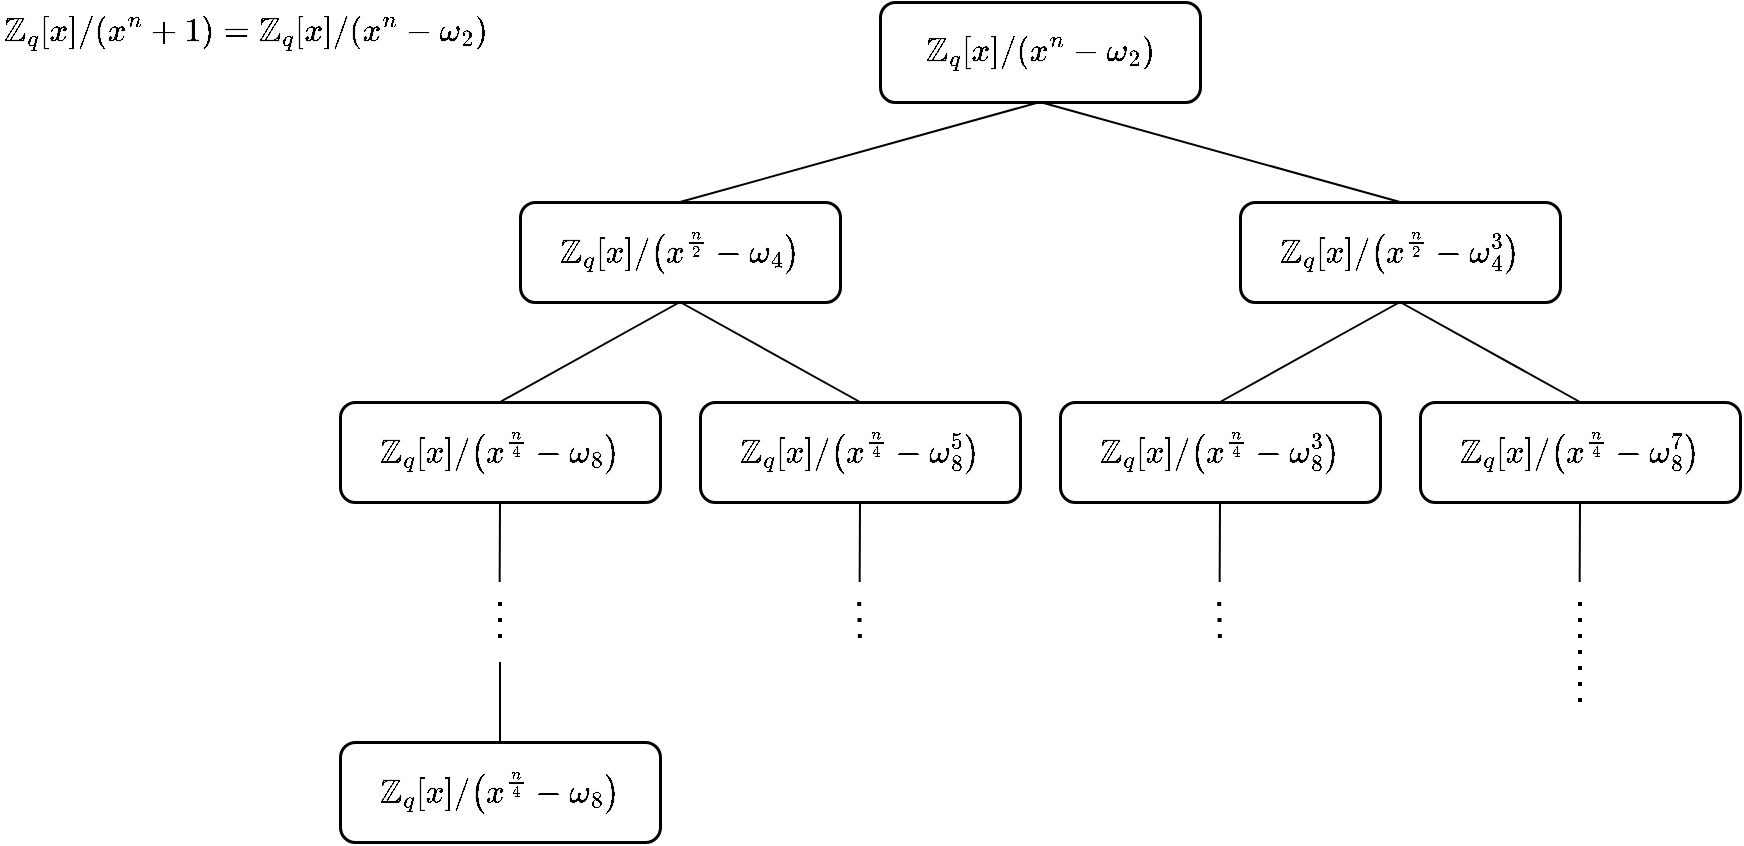
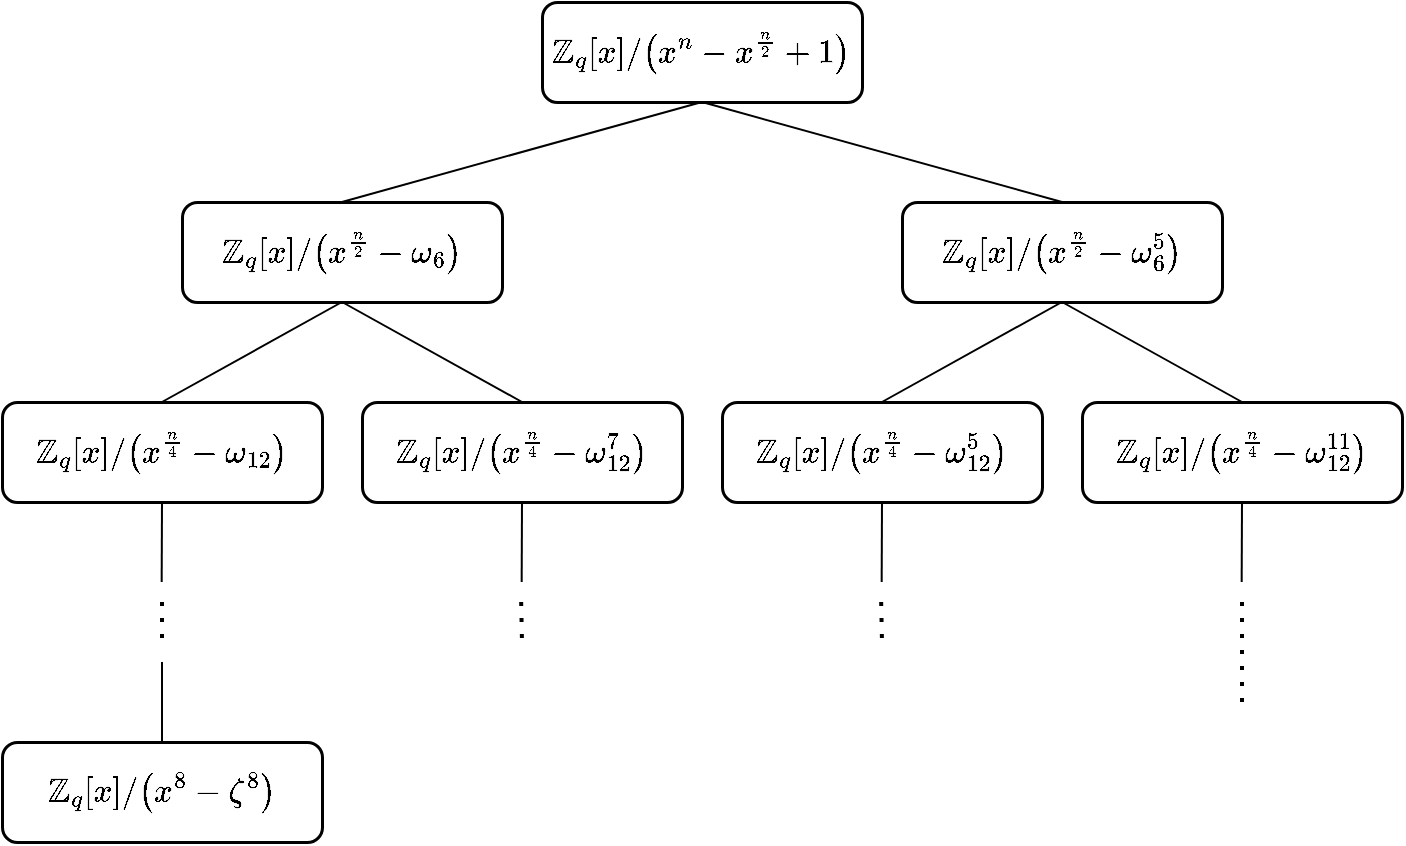
<mxfile host="app.diagrams.net">
  <diagram name="第 1 页" id="r_cadCLkMDmKBiWyYnG-">
-     <mxGraphModel dx="1267" dy="820" grid="1" gridSize="10" guides="1" tooltips="1" connect="1" arrows="1" fold="1" page="1" pageScale="1" pageWidth="1600" pageHeight="900" math="1" shadow="0">
+     <mxGraphModel dx="1095" dy="708" grid="1" gridSize="10" guides="1" tooltips="1" connect="1" arrows="1" fold="1" page="1" pageScale="1" pageWidth="1600" pageHeight="900" math="1" shadow="0">
      <root>
        <mxCell id="0" />
        <mxCell id="1" parent="0" />
-         <mxCell id="RMBLcs9uN_SKzhUv9nPz-1" edge="1" parent="1" source="RMBLcs9uN_SKzhUv9nPz-3" style="rounded=0;orthogonalLoop=1;jettySize=auto;html=1;exitX=0.5;exitY=1;exitDx=0;exitDy=0;entryX=0.5;entryY=0;entryDx=0;entryDy=0;endArrow=none;endFill=0;fontSize=14;" target="RMBLcs9uN_SKzhUv9nPz-9">
+         <mxCell id="RMBLcs9uN_SKzhUv9nPz-4" edge="1" parent="1" style="rounded=0;orthogonalLoop=1;jettySize=auto;html=1;exitX=0.5;exitY=1;exitDx=0;exitDy=0;entryX=0.5;entryY=0;entryDx=0;entryDy=0;endArrow=none;endFill=0;" target="RMBLcs9uN_SKzhUv9nPz-11">
          <mxGeometry relative="1" as="geometry">
-             <mxPoint x="1070" y="160" as="targetPoint" />
+             <mxPoint x="620" y="190" as="sourcePoint" />
          </mxGeometry>
        </mxCell>
-         <mxCell id="RMBLcs9uN_SKzhUv9nPz-2" edge="1" parent="1" source="RMBLcs9uN_SKzhUv9nPz-3" style="rounded=0;orthogonalLoop=1;jettySize=auto;html=1;exitX=0.5;exitY=1;exitDx=0;exitDy=0;endArrow=none;endFill=0;entryX=0.5;entryY=0;entryDx=0;entryDy=0;fontSize=14;" target="RMBLcs9uN_SKzhUv9nPz-6">
+         <mxCell id="RMBLcs9uN_SKzhUv9nPz-5" edge="1" parent="1" style="edgeStyle=none;shape=connector;rounded=0;orthogonalLoop=1;jettySize=auto;html=1;exitX=0.5;exitY=1;exitDx=0;exitDy=0;entryX=0.5;entryY=0;entryDx=0;entryDy=0;strokeColor=default;align=center;verticalAlign=middle;fontFamily=Helvetica;fontSize=11;fontColor=default;labelBackgroundColor=default;endArrow=none;endFill=0;" target="RMBLcs9uN_SKzhUv9nPz-13">
          <mxGeometry relative="1" as="geometry">
-             <mxPoint x="600" y="160" as="targetPoint" />
+             <mxPoint x="620" y="190" as="sourcePoint" />
          </mxGeometry>
        </mxCell>
-         <mxCell id="RMBLcs9uN_SKzhUv9nPz-3" parent="1" style="rounded=1;whiteSpace=wrap;html=1;strokeWidth=1.5;fontSize=14;" value="`\mathbb{Z}_{q} [x] \/ (x^n - \omega _{2})`" vertex="1">
-           <mxGeometry height="50" width="160" x="720" y="40" as="geometry" />
+         <mxCell id="RMBLcs9uN_SKzhUv9nPz-7" edge="1" parent="1" style="edgeStyle=none;shape=connector;rounded=0;orthogonalLoop=1;jettySize=auto;html=1;exitX=0.5;exitY=1;exitDx=0;exitDy=0;entryX=0.5;entryY=0;entryDx=0;entryDy=0;strokeColor=default;align=center;verticalAlign=middle;fontFamily=Helvetica;fontSize=11;fontColor=default;labelBackgroundColor=default;endArrow=none;endFill=0;" target="RMBLcs9uN_SKzhUv9nPz-15">
+           <mxGeometry relative="1" as="geometry">
+             <mxPoint x="980" y="190" as="sourcePoint" />
+           </mxGeometry>
        </mxCell>
-         <mxCell id="RMBLcs9uN_SKzhUv9nPz-4" edge="1" parent="1" source="RMBLcs9uN_SKzhUv9nPz-6" style="rounded=0;orthogonalLoop=1;jettySize=auto;html=1;exitX=0.5;exitY=1;exitDx=0;exitDy=0;entryX=0.5;entryY=0;entryDx=0;entryDy=0;endArrow=none;endFill=0;" target="RMBLcs9uN_SKzhUv9nPz-11">
-           <mxGeometry relative="1" as="geometry" />
-         </mxCell>
-         <mxCell id="RMBLcs9uN_SKzhUv9nPz-5" edge="1" parent="1" source="RMBLcs9uN_SKzhUv9nPz-6" style="edgeStyle=none;shape=connector;rounded=0;orthogonalLoop=1;jettySize=auto;html=1;exitX=0.5;exitY=1;exitDx=0;exitDy=0;entryX=0.5;entryY=0;entryDx=0;entryDy=0;strokeColor=default;align=center;verticalAlign=middle;fontFamily=Helvetica;fontSize=11;fontColor=default;labelBackgroundColor=default;endArrow=none;endFill=0;" target="RMBLcs9uN_SKzhUv9nPz-13">
-           <mxGeometry relative="1" as="geometry" />
-         </mxCell>
-         <mxCell id="RMBLcs9uN_SKzhUv9nPz-6" parent="1" style="rounded=1;whiteSpace=wrap;html=1;strokeWidth=1.5;fontSize=14;" value="`\mathbb{Z}_{q} [x] \/ (x^{n/2} - \omega_4)`" vertex="1">
-           <mxGeometry height="50" width="160" x="540" y="140" as="geometry" />
-         </mxCell>
-         <mxCell id="RMBLcs9uN_SKzhUv9nPz-7" edge="1" parent="1" source="RMBLcs9uN_SKzhUv9nPz-9" style="edgeStyle=none;shape=connector;rounded=0;orthogonalLoop=1;jettySize=auto;html=1;exitX=0.5;exitY=1;exitDx=0;exitDy=0;entryX=0.5;entryY=0;entryDx=0;entryDy=0;strokeColor=default;align=center;verticalAlign=middle;fontFamily=Helvetica;fontSize=11;fontColor=default;labelBackgroundColor=default;endArrow=none;endFill=0;" target="RMBLcs9uN_SKzhUv9nPz-15">
-           <mxGeometry relative="1" as="geometry" />
-         </mxCell>
-         <mxCell id="RMBLcs9uN_SKzhUv9nPz-8" edge="1" parent="1" source="RMBLcs9uN_SKzhUv9nPz-9" style="edgeStyle=none;shape=connector;rounded=0;orthogonalLoop=1;jettySize=auto;html=1;exitX=0.5;exitY=1;exitDx=0;exitDy=0;entryX=0.5;entryY=0;entryDx=0;entryDy=0;strokeColor=default;align=center;verticalAlign=middle;fontFamily=Helvetica;fontSize=11;fontColor=default;labelBackgroundColor=default;endArrow=none;endFill=0;" target="RMBLcs9uN_SKzhUv9nPz-17">
-           <mxGeometry relative="1" as="geometry" />
-         </mxCell>
-         <mxCell id="RMBLcs9uN_SKzhUv9nPz-9" parent="1" style="rounded=1;whiteSpace=wrap;html=1;strokeWidth=1.5;fontSize=14;" value="`\mathbb{Z}_{q} [x] \/ (x^{n/2} - \omega_{4}^3)`" vertex="1">
-           <mxGeometry height="50" width="160" x="900" y="140" as="geometry" />
+         <mxCell id="RMBLcs9uN_SKzhUv9nPz-8" edge="1" parent="1" style="edgeStyle=none;shape=connector;rounded=0;orthogonalLoop=1;jettySize=auto;html=1;exitX=0.5;exitY=1;exitDx=0;exitDy=0;entryX=0.5;entryY=0;entryDx=0;entryDy=0;strokeColor=default;align=center;verticalAlign=middle;fontFamily=Helvetica;fontSize=11;fontColor=default;labelBackgroundColor=default;endArrow=none;endFill=0;" target="RMBLcs9uN_SKzhUv9nPz-17">
+           <mxGeometry relative="1" as="geometry">
+             <mxPoint x="980" y="190" as="sourcePoint" />
+           </mxGeometry>
        </mxCell>
        <mxCell id="RMBLcs9uN_SKzhUv9nPz-10" edge="1" parent="1" source="RMBLcs9uN_SKzhUv9nPz-11" style="edgeStyle=none;shape=connector;rounded=0;orthogonalLoop=1;jettySize=auto;html=1;exitX=0.5;exitY=1;exitDx=0;exitDy=0;strokeColor=default;align=center;verticalAlign=middle;fontFamily=Helvetica;fontSize=11;fontColor=default;labelBackgroundColor=default;endArrow=none;endFill=0;">
          <mxGeometry relative="1" as="geometry">
            <mxPoint x="529.8333333333335" y="330" as="targetPoint" />
          </mxGeometry>
        </mxCell>
-         <mxCell id="RMBLcs9uN_SKzhUv9nPz-11" parent="1" style="rounded=1;whiteSpace=wrap;html=1;strokeWidth=1.5;fontSize=14;" value="`\mathbb{Z}_{q} [x] \/ (x^{n/4} - \omega_8)`" vertex="1">
+         <mxCell id="RMBLcs9uN_SKzhUv9nPz-11" parent="1" style="rounded=1;whiteSpace=wrap;html=1;strokeWidth=1.5;fontSize=14;" value="`\mathbb{Z}_{q} [x] \/ (x^{n/4} - \omega_12)`" vertex="1">
          <mxGeometry height="50" width="160" x="450" y="240" as="geometry" />
        </mxCell>
        <mxCell id="RMBLcs9uN_SKzhUv9nPz-12" edge="1" parent="1" source="RMBLcs9uN_SKzhUv9nPz-13" style="edgeStyle=none;shape=connector;rounded=0;orthogonalLoop=1;jettySize=auto;html=1;exitX=0.5;exitY=1;exitDx=0;exitDy=0;strokeColor=default;align=center;verticalAlign=middle;fontFamily=Helvetica;fontSize=11;fontColor=default;labelBackgroundColor=default;endArrow=none;endFill=0;">
          <mxGeometry relative="1" as="geometry">
            <mxPoint x="709.8333333333335" y="330" as="targetPoint" />
          </mxGeometry>
        </mxCell>
-         <mxCell id="RMBLcs9uN_SKzhUv9nPz-13" parent="1" style="rounded=1;whiteSpace=wrap;html=1;strokeWidth=1.5;fontSize=14;" value="`\mathbb{Z}_{q} [x] \/ (x^{n/4} - \omega_{8}^{5})`" vertex="1">
+         <mxCell id="RMBLcs9uN_SKzhUv9nPz-13" parent="1" style="rounded=1;whiteSpace=wrap;html=1;strokeWidth=1.5;fontSize=14;" value="`\mathbb{Z}_{q} [x] \/ (x^{n/4} - \omega_{12}^{7})`" vertex="1">
          <mxGeometry height="50" width="160" x="630" y="240" as="geometry" />
        </mxCell>
        <mxCell id="RMBLcs9uN_SKzhUv9nPz-14" edge="1" parent="1" source="RMBLcs9uN_SKzhUv9nPz-15" style="edgeStyle=none;shape=connector;rounded=0;orthogonalLoop=1;jettySize=auto;html=1;exitX=0.5;exitY=1;exitDx=0;exitDy=0;strokeColor=default;align=center;verticalAlign=middle;fontFamily=Helvetica;fontSize=11;fontColor=default;labelBackgroundColor=default;endArrow=none;endFill=0;">
          <mxGeometry relative="1" as="geometry">
            <mxPoint x="889.8333333333335" y="330" as="targetPoint" />
          </mxGeometry>
        </mxCell>
-         <mxCell id="RMBLcs9uN_SKzhUv9nPz-15" parent="1" style="rounded=1;whiteSpace=wrap;html=1;strokeWidth=1.5;fontSize=14;" value="`\mathbb{Z}_{q} [x] \/ (x^{n/4} - \omega_{8}^{3})`" vertex="1">
+         <mxCell id="RMBLcs9uN_SKzhUv9nPz-15" parent="1" style="rounded=1;whiteSpace=wrap;html=1;strokeWidth=1.5;fontSize=14;" value="`\mathbb{Z}_{q} [x] \/ (x^{n/4} - \omega_{12}^{5})`" vertex="1">
          <mxGeometry height="50" width="160" x="810" y="240" as="geometry" />
        </mxCell>
        <mxCell id="RMBLcs9uN_SKzhUv9nPz-16" edge="1" parent="1" source="RMBLcs9uN_SKzhUv9nPz-17" style="edgeStyle=none;shape=connector;rounded=0;orthogonalLoop=1;jettySize=auto;html=1;exitX=0.5;exitY=1;exitDx=0;exitDy=0;strokeColor=default;align=center;verticalAlign=middle;fontFamily=Helvetica;fontSize=11;fontColor=default;labelBackgroundColor=default;endArrow=none;endFill=0;">
          <mxGeometry relative="1" as="geometry">
            <mxPoint x="1069.8333333333335" y="330" as="targetPoint" />
          </mxGeometry>
        </mxCell>
-         <mxCell id="RMBLcs9uN_SKzhUv9nPz-17" parent="1" style="rounded=1;whiteSpace=wrap;html=1;strokeWidth=1.5;fontSize=14;" value="`\mathbb{Z}_{q} [x] \/ (x^{n/4} - \omega_{8}^{7})`" vertex="1">
+         <mxCell id="RMBLcs9uN_SKzhUv9nPz-17" parent="1" style="rounded=1;whiteSpace=wrap;html=1;strokeWidth=1.5;fontSize=14;" value="`\mathbb{Z}_{q} [x] \/ (x^{n/4} - \omega_{12}^{11})`" vertex="1">
          <mxGeometry height="50" width="160" x="990" y="240" as="geometry" />
        </mxCell>
        <mxCell id="RMBLcs9uN_SKzhUv9nPz-18" edge="1" parent="1" style="endArrow=none;dashed=1;html=1;dashPattern=1 3;strokeWidth=2;rounded=0;strokeColor=default;align=center;verticalAlign=middle;fontFamily=Helvetica;fontSize=11;fontColor=default;labelBackgroundColor=default;" value="">
          <mxGeometry height="50" relative="1" width="50" as="geometry">
            <mxPoint x="530" y="340" as="sourcePoint" />
            <mxPoint x="530" y="360" as="targetPoint" />
          </mxGeometry>
        </mxCell>
        <mxCell id="RMBLcs9uN_SKzhUv9nPz-19" edge="1" parent="1" style="endArrow=none;dashed=1;html=1;dashPattern=1 3;strokeWidth=2;rounded=0;strokeColor=default;align=center;verticalAlign=middle;fontFamily=Helvetica;fontSize=11;fontColor=default;labelBackgroundColor=default;" value="">
          <mxGeometry height="50" relative="1" width="50" as="geometry">
            <mxPoint x="709.5799999999999" y="340" as="sourcePoint" />
            <mxPoint x="710" y="360" as="targetPoint" />
          </mxGeometry>
        </mxCell>
        <mxCell id="RMBLcs9uN_SKzhUv9nPz-20" edge="1" parent="1" style="endArrow=none;dashed=1;html=1;dashPattern=1 3;strokeWidth=2;rounded=0;strokeColor=default;align=center;verticalAlign=middle;fontFamily=Helvetica;fontSize=11;fontColor=default;labelBackgroundColor=default;" value="">
          <mxGeometry height="50" relative="1" width="50" as="geometry">
            <mxPoint x="889.5799999999999" y="340" as="sourcePoint" />
            <mxPoint x="890" y="360" as="targetPoint" />
          </mxGeometry>
        </mxCell>
        <mxCell id="RMBLcs9uN_SKzhUv9nPz-21" edge="1" parent="1" style="endArrow=none;dashed=1;html=1;dashPattern=1 3;strokeWidth=2;rounded=0;strokeColor=default;align=center;verticalAlign=middle;fontFamily=Helvetica;fontSize=11;fontColor=default;labelBackgroundColor=default;" value="">
          <mxGeometry height="50" relative="1" width="50" as="geometry">
            <mxPoint x="1070" y="340" as="sourcePoint" />
            <mxPoint x="1070" y="390" as="targetPoint" />
          </mxGeometry>
        </mxCell>
-         <mxCell id="RMBLcs9uN_SKzhUv9nPz-23" parent="1" style="text;whiteSpace=wrap;html=1;textShadow=0;labelBackgroundColor=none;" value="&lt;span style=&quot;color: rgb(0, 0, 0); font-family: Helvetica; font-size: 14px; font-style: normal; font-variant-ligatures: normal; font-variant-caps: normal; font-weight: 400; letter-spacing: normal; orphans: 2; text-align: center; text-indent: 0px; text-transform: none; widows: 2; word-spacing: 0px; -webkit-text-stroke-width: 0px; white-space: normal; text-decoration-thickness: initial; text-decoration-style: initial; text-decoration-color: initial; float: none; display: inline !important;&quot;&gt;`\mathbb{Z}_{q} [x] \/ (x^n + 1) = \mathbb{Z}_q[x] \/ (x^n - \omega _{2})`&lt;/span&gt;" vertex="1">
-           <mxGeometry height="40" width="220" x="280" y="40" as="geometry" />
-         </mxCell>
-         <mxCell id="RMBLcs9uN_SKzhUv9nPz-24" parent="1" style="rounded=1;whiteSpace=wrap;html=1;strokeWidth=1.5;fontSize=14;" value="`\mathbb{Z}_{q} [x] \/ (x^{n/4} - \omega_8)`" vertex="1">
+         <mxCell id="RMBLcs9uN_SKzhUv9nPz-24" parent="1" style="rounded=1;whiteSpace=wrap;html=1;strokeWidth=1.5;fontSize=14;" value="`\mathbb{Z}_{q} [x] \/ (x^{8} - \zeta^8)`" vertex="1">
          <mxGeometry height="50" width="160" x="450" y="410" as="geometry" />
        </mxCell>
        <mxCell id="RMBLcs9uN_SKzhUv9nPz-25" edge="1" parent="1" style="edgeStyle=none;shape=connector;rounded=0;orthogonalLoop=1;jettySize=auto;html=1;strokeColor=default;align=center;verticalAlign=middle;fontFamily=Helvetica;fontSize=11;fontColor=default;labelBackgroundColor=default;endArrow=none;endFill=0;entryX=0.5;entryY=0;entryDx=0;entryDy=0;" target="RMBLcs9uN_SKzhUv9nPz-24">
          <mxGeometry relative="1" as="geometry">
            <mxPoint x="530" y="370" as="sourcePoint" />
            <mxPoint x="520" y="410" as="targetPoint" />
          </mxGeometry>
        </mxCell>
+         <mxCell id="RMBLcs9uN_SKzhUv9nPz-27" edge="1" parent="1" source="RMBLcs9uN_SKzhUv9nPz-29" style="rounded=0;orthogonalLoop=1;jettySize=auto;html=1;exitX=0.5;exitY=1;exitDx=0;exitDy=0;entryX=0.5;entryY=0;entryDx=0;entryDy=0;endArrow=none;endFill=0;fontSize=14;" target="RMBLcs9uN_SKzhUv9nPz-31">
+           <mxGeometry relative="1" as="geometry">
+             <mxPoint x="1070" y="160" as="targetPoint" />
+           </mxGeometry>
+         </mxCell>
+         <mxCell id="RMBLcs9uN_SKzhUv9nPz-28" edge="1" parent="1" source="RMBLcs9uN_SKzhUv9nPz-29" style="rounded=0;orthogonalLoop=1;jettySize=auto;html=1;exitX=0.5;exitY=1;exitDx=0;exitDy=0;endArrow=none;endFill=0;entryX=0.5;entryY=0;entryDx=0;entryDy=0;fontSize=14;" target="RMBLcs9uN_SKzhUv9nPz-30">
+           <mxGeometry relative="1" as="geometry">
+             <mxPoint x="600" y="160" as="targetPoint" />
+           </mxGeometry>
+         </mxCell>
+         <mxCell id="RMBLcs9uN_SKzhUv9nPz-29" parent="1" style="rounded=1;whiteSpace=wrap;html=1;strokeWidth=1.5;fontSize=14;" value="`\mathbb{Z}_{q} [x] \/ (x^n - x^{n/2} + 1)`" vertex="1">
+           <mxGeometry height="50" width="160" x="720" y="40" as="geometry" />
+         </mxCell>
+         <mxCell id="RMBLcs9uN_SKzhUv9nPz-30" parent="1" style="rounded=1;whiteSpace=wrap;html=1;strokeWidth=1.5;fontSize=14;" value="`\mathbb{Z}_{q} [x] \/ (x^{n/2} - \omega_6)`" vertex="1">
+           <mxGeometry height="50" width="160" x="540" y="140" as="geometry" />
+         </mxCell>
+         <mxCell id="RMBLcs9uN_SKzhUv9nPz-31" parent="1" style="rounded=1;whiteSpace=wrap;html=1;strokeWidth=1.5;fontSize=14;" value="`\mathbb{Z}_{q} [x] \/ (x^{n/2} - \omega_{6}^5)`" vertex="1">
+           <mxGeometry height="50" width="160" x="900" y="140" as="geometry" />
+         </mxCell>
      </root>
    </mxGraphModel>
  </diagram>
</mxfile>
